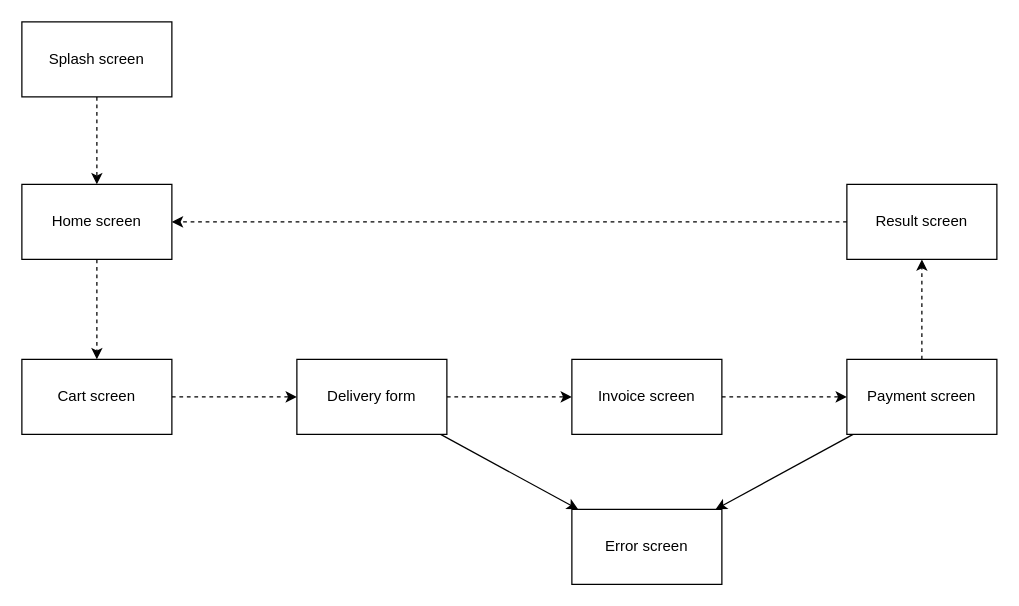
Before: Report/B2/Sơ đồ chuyển màn hình.drawio in letterforyou26/AIMS_Project, a draw.io diagram. Source tidied: cells renumbered, new cells numbered last; positions are measured from the earlier drawing's top-left corner, leaving out a move shared by most shapes. Both pictures are drawn from the tidied source at 125%, with x=0, y=0 at pixel (21, 21).
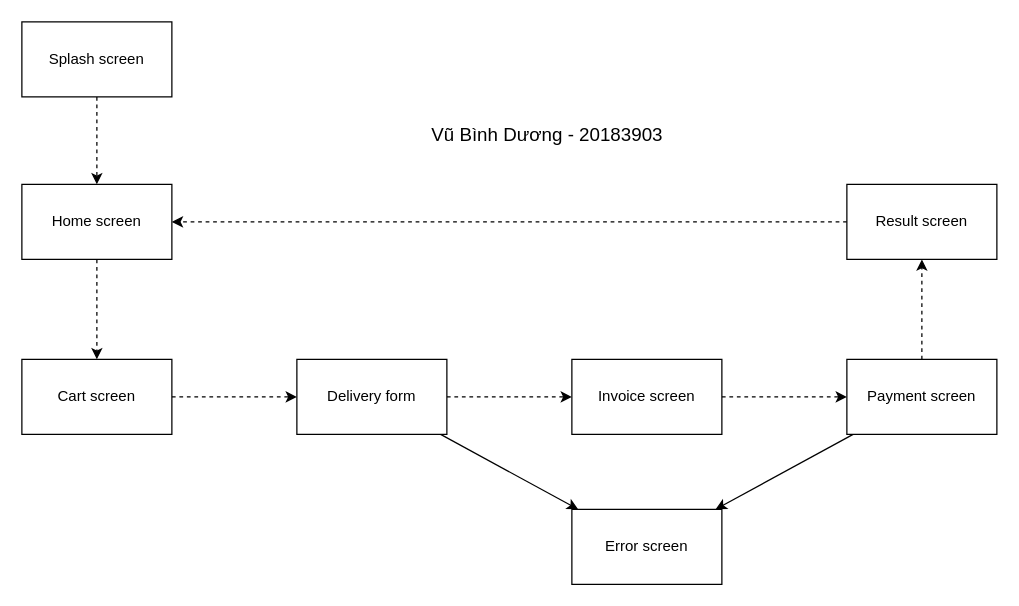
Above is the later version.

Diff of the diagram source:
```diff
@@
 <mxGraphModel>
   <root>
     <mxCell id="0" />
     <mxCell id="1" parent="0" />
     <mxCell id="2" style="edgeStyle=orthogonalEdgeStyle;rounded=0;jettySize=auto;html=1;dashed=1;" parent="1" edge="1" source="3" target="4">
       <mxGeometry relative="1" as="geometry" />
     </mxCell>
     <mxCell id="3" value="Splash screen" style="rounded=0;whiteSpace=wrap;html=1;" parent="1" vertex="1">
       <mxGeometry width="120" height="60" as="geometry" />
     </mxCell>
     <mxCell id="4" value="Home screen" style="rounded=0;whiteSpace=wrap;html=1;" parent="1" vertex="1">
       <mxGeometry y="130" width="120" height="60" as="geometry" />
     </mxCell>
     <mxCell id="5" style="edgeStyle=orthogonalEdgeStyle;rounded=0;jettySize=auto;html=1;dashed=1;" parent="1" edge="1" source="6" target="9">
       <mxGeometry relative="1" as="geometry" />
     </mxCell>
     <mxCell id="6" value="Cart screen" style="rounded=0;whiteSpace=wrap;html=1;" parent="1" vertex="1">
       <mxGeometry y="270" width="120" height="60" as="geometry" />
     </mxCell>
     <mxCell id="7" style="edgeStyle=orthogonalEdgeStyle;rounded=0;jettySize=auto;html=1;dashed=1;" parent="1" edge="1" source="9" target="11">
       <mxGeometry relative="1" as="geometry" />
     </mxCell>
     <mxCell id="8" style="rounded=0;jettySize=auto;html=1;" parent="1" edge="1" source="9" target="15">
       <mxGeometry relative="1" as="geometry" />
     </mxCell>
     <mxCell id="9" value="Delivery form" style="rounded=0;whiteSpace=wrap;html=1;" parent="1" vertex="1">
       <mxGeometry x="220" y="270" width="120" height="60" as="geometry" />
     </mxCell>
     <mxCell id="10" style="edgeStyle=orthogonalEdgeStyle;rounded=0;jettySize=auto;html=1;dashed=1;" parent="1" edge="1" source="11" target="14">
       <mxGeometry relative="1" as="geometry" />
     </mxCell>
     <mxCell id="11" value="Invoice screen" style="rounded=0;whiteSpace=wrap;html=1;" parent="1" vertex="1">
       <mxGeometry x="440" y="270" width="120" height="60" as="geometry" />
     </mxCell>
     <mxCell id="12" style="edgeStyle=orthogonalEdgeStyle;rounded=0;jettySize=auto;html=1;dashed=1;" parent="1" edge="1" source="14" target="17">
       <mxGeometry relative="1" as="geometry" />
     </mxCell>
     <mxCell id="13" style="edgeStyle=none;rounded=0;jettySize=auto;html=1;" parent="1" edge="1" source="14" target="15">
       <mxGeometry relative="1" as="geometry" />
     </mxCell>
     <mxCell id="14" value="Payment screen" style="rounded=0;whiteSpace=wrap;html=1;" parent="1" vertex="1">
       <mxGeometry x="660" y="270" width="120" height="60" as="geometry" />
     </mxCell>
     <mxCell id="15" value="Error screen" style="rounded=0;whiteSpace=wrap;html=1;" parent="1" vertex="1">
       <mxGeometry x="440" y="390" width="120" height="60" as="geometry" />
     </mxCell>
     <mxCell id="16" style="edgeStyle=orthogonalEdgeStyle;rounded=0;jettySize=auto;html=1;dashed=1;" parent="1" edge="1" source="17" target="4">
       <mxGeometry relative="1" as="geometry" />
     </mxCell>
     <mxCell id="17" value="Result screen" style="rounded=0;whiteSpace=wrap;html=1;" parent="1" vertex="1">
       <mxGeometry x="660" y="130" width="120" height="60" as="geometry" />
     </mxCell>
     <mxCell id="18" style="edgeStyle=orthogonalEdgeStyle;rounded=0;jettySize=auto;html=1;dashed=1;exitX=0.5;exitY=1;exitDx=0;exitDy=0;" parent="1" edge="1" source="4" target="6">
       <mxGeometry relative="1" as="geometry" />
     </mxCell>
+    <mxCell id="19" value="Vũ Bình Dương - 20183903" style="text;html=1;align=center;verticalAlign=middle;strokeColor=none;fillColor=none;fontSize=15;" parent="1" vertex="1">
+      <mxGeometry x="320" y="80" width="200" height="20" as="geometry" />
+    </mxCell>
   </root>
 </mxGraphModel>
```
